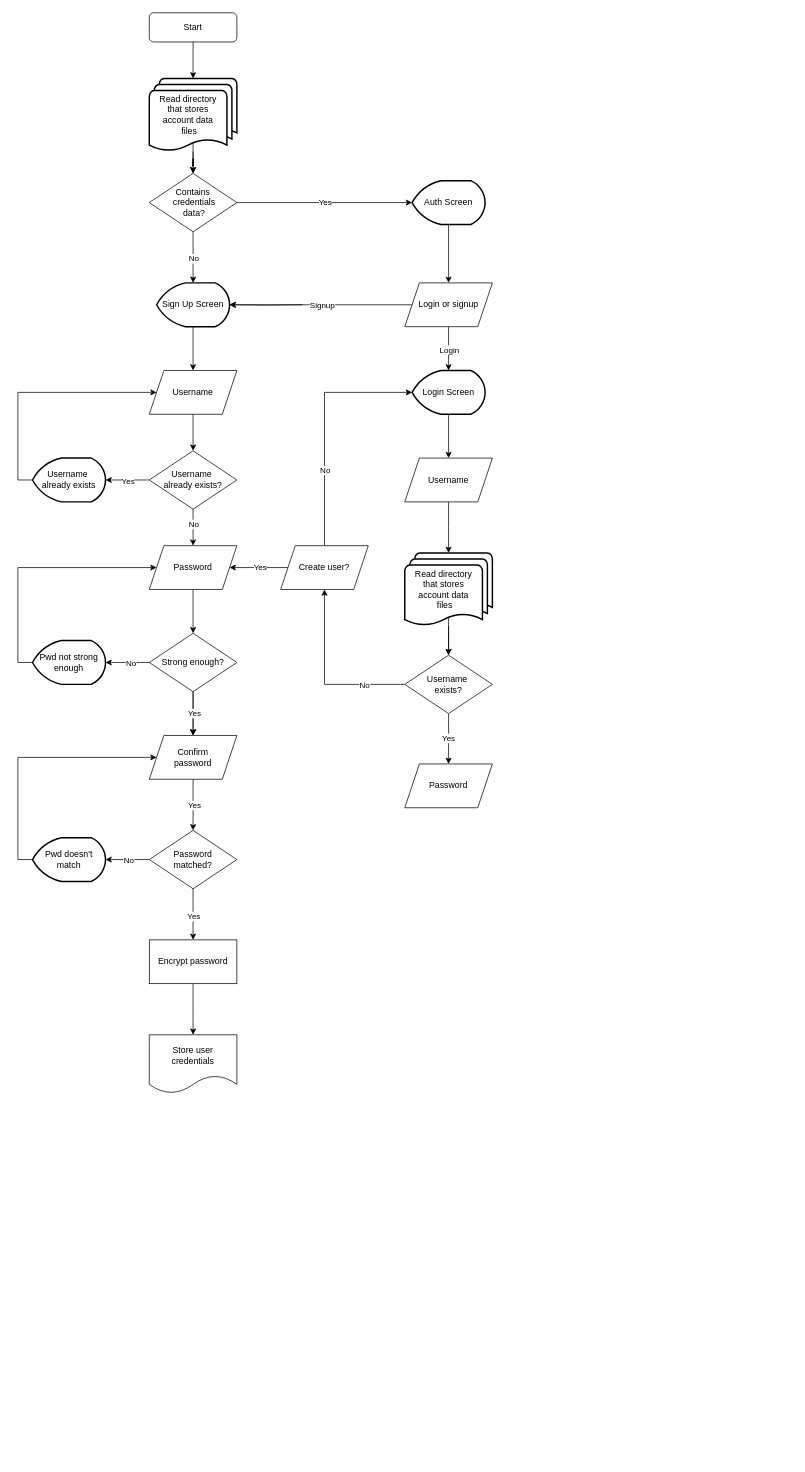
Above: co2cli.drawio in melvinchia3636/erd (draw.io), before the change. Source tidied: cells renumbered, new cells numbered last; positions are measured from the earlier drawing's top-left corner, leaving out a move shared by most shapes. Both pictures are drawn from the tidied source at 73%, with x=0, y=0 at pixel (18, 12).
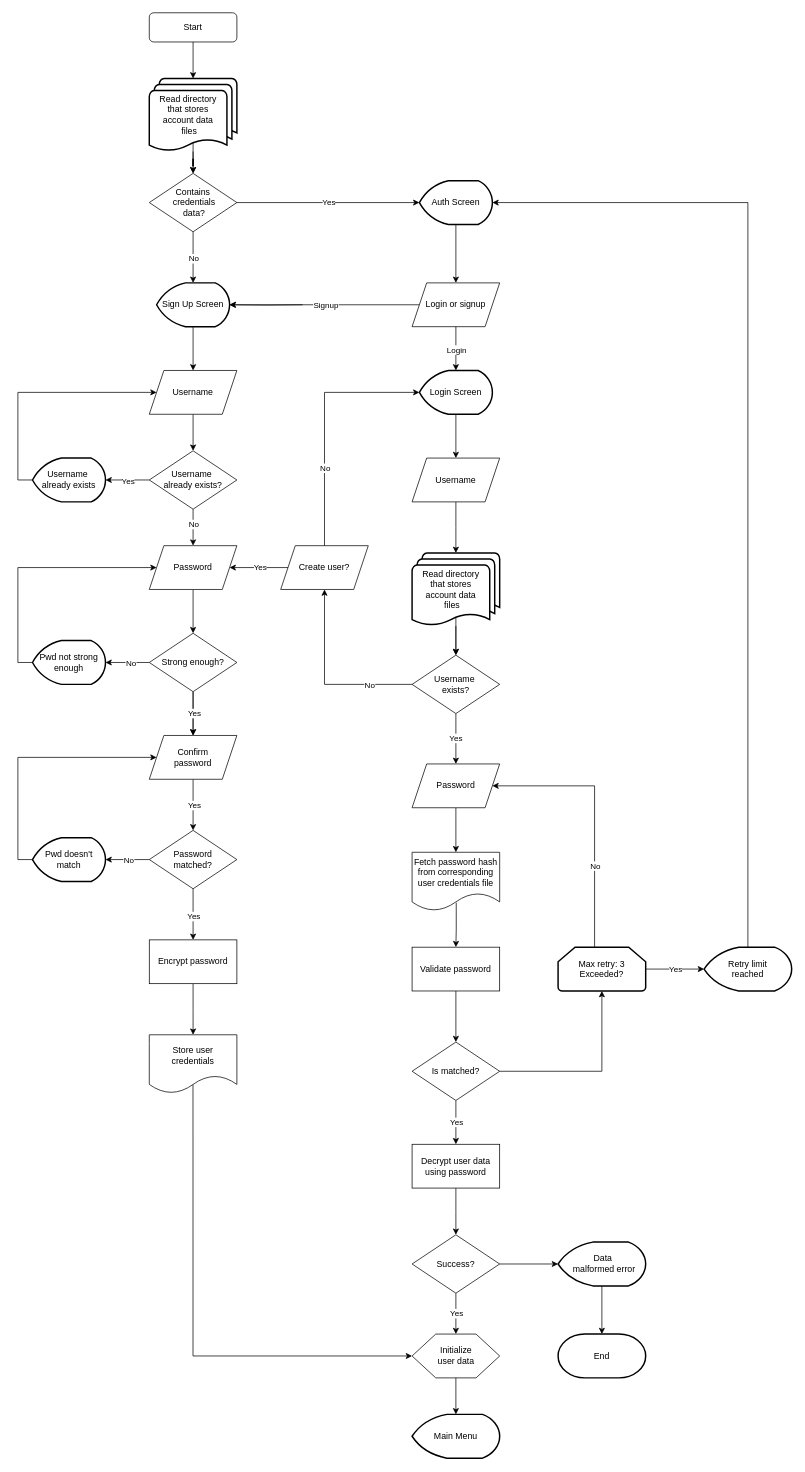
Above is the later version.

Unchanged cells that the change refers to:
```xml
<mxCell id="54" value="&lt;div&gt;Store user&lt;/div&gt;&lt;div&gt;credentials&lt;/div&gt;" style="shape=document;whiteSpace=wrap;html=1;boundedLbl=1;" parent="1" vertex="1">
  <mxGeometry x="180" y="1400" width="120" height="80" as="geometry" />
</mxCell>
```

Change to the diagram source:
```diff
@@
     <mxCell id="8" value="Auth Screen" style="strokeWidth=2;html=1;shape=mxgraph.flowchart.display;whiteSpace=wrap;" parent="1" vertex="1">
-      <mxGeometry x="540" y="230" width="100" height="60" as="geometry" />
+      <mxGeometry x="550" y="230" width="100" height="60" as="geometry" />
     </mxCell>
@@
     <mxCell id="16" value="Login or signup" style="shape=parallelogram;perimeter=parallelogramPerimeter;whiteSpace=wrap;html=1;fixedSize=1;" parent="1" vertex="1">
-      <mxGeometry x="530" y="370" width="120" height="60" as="geometry" />
+      <mxGeometry x="540" y="370" width="120" height="60" as="geometry" />
     </mxCell>
@@
     <mxCell id="18" value="Login Screen" style="strokeWidth=2;html=1;shape=mxgraph.flowchart.display;whiteSpace=wrap;" parent="1" vertex="1">
-      <mxGeometry x="540" y="490" width="100" height="60" as="geometry" />
+      <mxGeometry x="550" y="490" width="100" height="60" as="geometry" />
     </mxCell>
@@
+    <mxCell id="72" style="edgeStyle=orthogonalEdgeStyle;rounded=0;jettySize=auto;html=1;entryX=0;entryY=0.5;entryDx=0;entryDy=0;exitX=0.499;exitY=0.849;exitDx=0;exitDy=0;exitPerimeter=0;" parent="1" edge="1" source="54" target="87">
+      <mxGeometry relative="1" as="geometry">
+        <Array as="points">
+          <mxPoint x="240" y="1840" />
+        </Array>
+      </mxGeometry>
+    </mxCell>
@@
     <mxCell id="55" style="edgeStyle=orthogonalEdgeStyle;rounded=0;jettySize=auto;html=1;entryX=0.5;entryY=0;entryDx=0;entryDy=0;" parent="1" edge="1" source="56">
       <mxGeometry relative="1" as="geometry">
-        <mxPoint x="590" y="740" as="targetPoint" />
+        <mxPoint x="600" y="740" as="targetPoint" />
       </mxGeometry>
     </mxCell>
     <mxCell id="56" value="Username" style="shape=parallelogram;perimeter=parallelogramPerimeter;whiteSpace=wrap;html=1;fixedSize=1;" parent="1" vertex="1">
-      <mxGeometry x="530" y="610" width="120" height="60" as="geometry" />
+      <mxGeometry x="540" y="610" width="120" height="60" as="geometry" />
     </mxCell>
@@
     <mxCell id="61" value="&lt;div&gt;Username&amp;nbsp;&lt;/div&gt;&lt;div&gt;exists?&lt;/div&gt;" style="rhombus;whiteSpace=wrap;html=1;" parent="1" vertex="1">
-      <mxGeometry x="530" y="880" width="120" height="80" as="geometry" />
+      <mxGeometry x="540" y="880" width="120" height="80" as="geometry" />
     </mxCell>
@@
+    <mxCell id="73" style="edgeStyle=orthogonalEdgeStyle;rounded=0;jettySize=auto;html=1;" parent="1" edge="1" source="67" target="75">
+      <mxGeometry relative="1" as="geometry" />
+    </mxCell>
     <mxCell id="67" value="Password" style="shape=parallelogram;perimeter=parallelogramPerimeter;whiteSpace=wrap;html=1;fixedSize=1;" parent="1" vertex="1">
-      <mxGeometry x="530" y="1029" width="120" height="60" as="geometry" />
+      <mxGeometry x="540" y="1029" width="120" height="60" as="geometry" />
     </mxCell>
@@
     <mxCell id="71" value="&lt;div&gt;Read directory &amp;nbsp; &amp;nbsp; &lt;br&gt;&lt;/div&gt;&lt;div&gt;that stores &amp;nbsp; &amp;nbsp; &lt;br&gt;&lt;/div&gt;&lt;div&gt;account data&amp;nbsp; &amp;nbsp;&amp;nbsp; &lt;br&gt;&lt;/div&gt;&lt;div&gt;files&amp;nbsp; &amp;nbsp; &lt;br&gt;&lt;/div&gt;" style="strokeWidth=2;html=1;shape=mxgraph.flowchart.multi-document;whiteSpace=wrap;" parent="1" vertex="1">
-      <mxGeometry x="530" y="740" width="120" height="100" as="geometry" />
+      <mxGeometry x="540" y="740" width="120" height="100" as="geometry" />
     </mxCell>
+    <mxCell id="74" style="edgeStyle=orthogonalEdgeStyle;rounded=0;jettySize=auto;html=1;entryX=0.5;entryY=0;entryDx=0;entryDy=0;exitX=0.504;exitY=0.863;exitDx=0;exitDy=0;exitPerimeter=0;" parent="1" edge="1" source="75" target="77">
+      <mxGeometry relative="1" as="geometry" />
+    </mxCell>
+    <mxCell id="75" value="Fetch password hash from corresponding user credentials file" style="shape=document;whiteSpace=wrap;html=1;boundedLbl=1;" parent="1" vertex="1">
+      <mxGeometry x="540" y="1150" width="120" height="80" as="geometry" />
+    </mxCell>
+    <mxCell id="76" style="edgeStyle=orthogonalEdgeStyle;rounded=0;jettySize=auto;html=1;" parent="1" edge="1" source="77" target="80">
+      <mxGeometry relative="1" as="geometry" />
+    </mxCell>
+    <mxCell id="77" value="Validate password" style="rounded=0;whiteSpace=wrap;html=1;" parent="1" vertex="1">
+      <mxGeometry x="540" y="1280" width="120" height="60" as="geometry" />
+    </mxCell>
+    <mxCell id="78" style="edgeStyle=orthogonalEdgeStyle;rounded=0;jettySize=auto;html=1;" parent="1" edge="1" source="80" target="82">
+      <mxGeometry relative="1" as="geometry" />
+    </mxCell>
+    <mxCell id="79" value="Yes" style="edgeLabel;html=1;align=center;verticalAlign=middle;" parent="78" vertex="1">
+      <mxGeometry x="-0.02" relative="1" as="geometry" />
+    </mxCell>
+    <mxCell id="80" value="Is matched?" style="rhombus;whiteSpace=wrap;html=1;rounded=0;" parent="1" vertex="1">
+      <mxGeometry x="540" y="1410" width="120" height="80" as="geometry" />
+    </mxCell>
+    <mxCell id="81" style="edgeStyle=orthogonalEdgeStyle;rounded=0;jettySize=auto;html=1;entryX=0.5;entryY=0;entryDx=0;entryDy=0;" parent="1" edge="1" source="82">
+      <mxGeometry relative="1" as="geometry">
+        <mxPoint x="600" y="1674" as="targetPoint" />
+      </mxGeometry>
+    </mxCell>
+    <mxCell id="82" value="Decrypt user data using password" style="whiteSpace=wrap;html=1;rounded=0;" parent="1" vertex="1">
+      <mxGeometry x="540" y="1550" width="120" height="60" as="geometry" />
+    </mxCell>
+    <mxCell id="83" style="edgeStyle=orthogonalEdgeStyle;rounded=0;jettySize=auto;html=1;entryX=0.5;entryY=0;entryDx=0;entryDy=0;" parent="1" edge="1" source="86" target="87">
+      <mxGeometry relative="1" as="geometry" />
+    </mxCell>
+    <mxCell id="84" value="Yes" style="edgeLabel;html=1;align=center;verticalAlign=middle;" parent="83" vertex="1">
+      <mxGeometry x="-0.02" relative="1" as="geometry" />
+    </mxCell>
+    <mxCell id="85" style="edgeStyle=orthogonalEdgeStyle;rounded=0;jettySize=auto;html=1;" parent="1" edge="1" source="86" target="89">
+      <mxGeometry relative="1" as="geometry" />
+    </mxCell>
+    <mxCell id="86" value="Success?" style="rhombus;whiteSpace=wrap;html=1;" parent="1" vertex="1">
+      <mxGeometry x="540" y="1674" width="120" height="80" as="geometry" />
+    </mxCell>
+    <mxCell id="87" value="&lt;div&gt;Initialize&lt;/div&gt;&lt;div&gt;user data&lt;/div&gt;" style="html=1;shape=hexagon;perimeter=hexagonPerimeter2;arcSize=6;size=0.27;" parent="1" vertex="1">
+      <mxGeometry x="540" y="1810" width="120" height="60" as="geometry" />
+    </mxCell>
+    <mxCell id="88" style="edgeStyle=orthogonalEdgeStyle;rounded=0;jettySize=auto;html=1;entryX=0.5;entryY=0;entryDx=0;entryDy=0;entryPerimeter=0;" parent="1" edge="1" source="89" target="90">
+      <mxGeometry relative="1" as="geometry">
+        <Array as="points">
+          <mxPoint x="800" y="1800" />
+          <mxPoint x="800" y="1800" />
+        </Array>
+      </mxGeometry>
+    </mxCell>
+    <mxCell id="89" value="&lt;div&gt;&amp;nbsp; Data&amp;nbsp;&lt;/div&gt;&lt;div&gt;&amp;nbsp; malformed error&lt;/div&gt;" style="strokeWidth=2;html=1;shape=mxgraph.flowchart.display;whiteSpace=wrap;" parent="1" vertex="1">
+      <mxGeometry x="740" y="1684" width="120" height="60" as="geometry" />
+    </mxCell>
+    <mxCell id="90" value="End" style="strokeWidth=2;html=1;shape=mxgraph.flowchart.terminator;whiteSpace=wrap;" parent="1" vertex="1">
+      <mxGeometry x="740" y="1810" width="120" height="60" as="geometry" />
+    </mxCell>
+    <mxCell id="91" value="Main Menu" style="strokeWidth=2;html=1;shape=mxgraph.flowchart.display;whiteSpace=wrap;" parent="1" vertex="1">
+      <mxGeometry x="540" y="1920" width="120" height="60" as="geometry" />
+    </mxCell>
+    <mxCell id="92" style="edgeStyle=orthogonalEdgeStyle;rounded=0;jettySize=auto;html=1;entryX=0.5;entryY=0;entryDx=0;entryDy=0;entryPerimeter=0;" parent="1" edge="1" source="87" target="91">
+      <mxGeometry relative="1" as="geometry" />
+    </mxCell>
+    <mxCell id="93" style="edgeStyle=orthogonalEdgeStyle;rounded=0;jettySize=auto;html=1;entryX=1;entryY=0.5;entryDx=0;entryDy=0;" parent="1" edge="1" source="97" target="67">
+      <mxGeometry relative="1" as="geometry">
+        <Array as="points">
+          <mxPoint x="790" y="1059" />
+        </Array>
+      </mxGeometry>
+    </mxCell>
+    <mxCell id="94" value="No" style="edgeLabel;html=1;align=center;verticalAlign=middle;" parent="93" vertex="1">
+      <mxGeometry x="-0.38" relative="1" as="geometry" />
+    </mxCell>
+    <mxCell id="95" style="edgeStyle=orthogonalEdgeStyle;rounded=0;jettySize=auto;html=1;entryX=0;entryY=0.5;entryDx=0;entryDy=0;entryPerimeter=0;" parent="1" edge="1" source="97" target="99">
+      <mxGeometry relative="1" as="geometry" />
+    </mxCell>
+    <mxCell id="96" value="Yes" style="edgeLabel;html=1;align=center;verticalAlign=middle;" parent="95" vertex="1">
+      <mxGeometry x="-0.01" y="1" relative="1" as="geometry" />
+    </mxCell>
+    <mxCell id="97" value="&lt;div&gt;Max retry: 3&lt;/div&gt;Exceeded?" style="strokeWidth=2;html=1;shape=mxgraph.flowchart.loop_limit;whiteSpace=wrap;" parent="1" vertex="1">
+      <mxGeometry x="740" y="1280" width="120" height="60" as="geometry" />
+    </mxCell>
+    <mxCell id="98" style="edgeStyle=orthogonalEdgeStyle;rounded=0;jettySize=auto;html=1;entryX=0.5;entryY=1;entryDx=0;entryDy=0;entryPerimeter=0;" parent="1" edge="1" source="80" target="97">
+      <mxGeometry relative="1" as="geometry" />
+    </mxCell>
+    <mxCell id="99" value="Retry limit &lt;br&gt;reached" style="strokeWidth=2;html=1;shape=mxgraph.flowchart.display;whiteSpace=wrap;" parent="1" vertex="1">
+      <mxGeometry x="940" y="1280" width="120" height="60" as="geometry" />
+    </mxCell>
+    <mxCell id="100" style="edgeStyle=orthogonalEdgeStyle;rounded=0;jettySize=auto;html=1;entryX=1;entryY=0.5;entryDx=0;entryDy=0;entryPerimeter=0;exitX=0.5;exitY=0;exitDx=0;exitDy=0;exitPerimeter=0;" parent="1" edge="1" source="99" target="8">
+      <mxGeometry relative="1" as="geometry">
+        <Array as="points">
+          <mxPoint x="1000" y="260" />
+        </Array>
+      </mxGeometry>
+    </mxCell>
```
